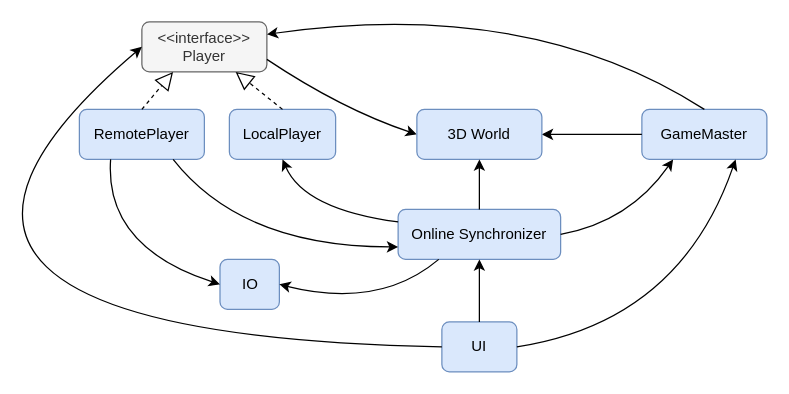
Earlier version of the draw.io diagram docs/service_architecture.drawio (joonashalinen/bloxu). Source tidied: cells renumbered, new cells numbered last; positions are measured from the earlier drawing's top-left corner, leaving out a move shared by most shapes. Both pictures are drawn from the tidied source at 125%, with x=0, y=0 at pixel (-196, -4).
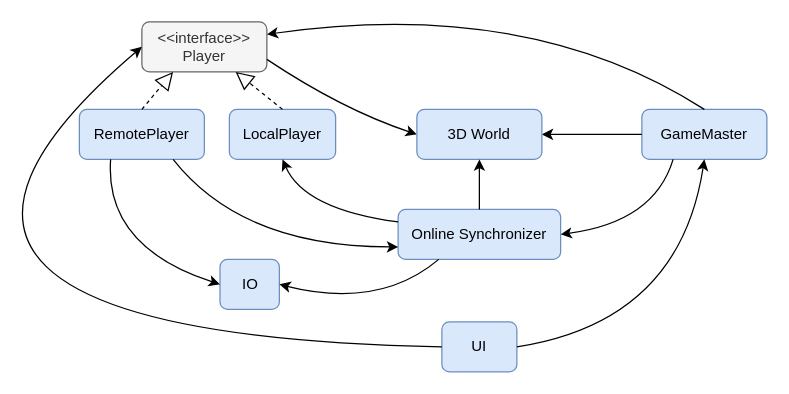
After the change.

The change refers to these unchanged cells:
```xml
<mxCell id="2" value="UI" style="rounded=1;whiteSpace=wrap;html=1;fillColor=#dae8fc;strokeColor=#6c8ebf;" parent="1" vertex="1">
  <mxGeometry x="510" y="260" width="60" height="40" as="geometry" />
</mxCell>
<mxCell id="4" value="GameMaster" style="rounded=1;whiteSpace=wrap;html=1;fillColor=#dae8fc;strokeColor=#6c8ebf;" parent="1" vertex="1">
  <mxGeometry x="670" y="90" width="100" height="40" as="geometry" />
</mxCell>
<mxCell id="9" value="Online Synchronizer" style="rounded=1;whiteSpace=wrap;html=1;fillColor=#dae8fc;strokeColor=#6c8ebf;" parent="1" vertex="1">
  <mxGeometry x="475" y="170" width="130" height="40" as="geometry" />
</mxCell>
```

The edit, as a diff of the source:
```diff
@@
-    <mxCell id="15" style="endArrow=classic;html=1;exitX=1;exitY=0.5;exitDx=0;exitDy=0;entryX=0.75;entryY=1;entryDx=0;entryDy=0;curved=1;" parent="1" edge="1" source="2" target="4">
+    <mxCell id="15" style="endArrow=classic;html=1;exitX=1;exitY=0.5;exitDx=0;exitDy=0;entryX=0.5;entryY=1;entryDx=0;entryDy=0;curved=1;" parent="1" edge="1" source="2" target="4">
       <mxGeometry relative="1" as="geometry">
         <Array as="points">
           <mxPoint x="700" y="260" />
         </Array>
       </mxGeometry>
     </mxCell>
@@
-    <mxCell id="22" style="endArrow=classic;html=1;entryX=0.25;entryY=1;entryDx=0;entryDy=0;exitX=1;exitY=0.5;exitDx=0;exitDy=0;curved=1;" parent="1" edge="1" source="9" target="4">
-      <mxGeometry relative="1" as="geometry">
-        <Array as="points">
-          <mxPoint x="660" y="180" />
-        </Array>
-      </mxGeometry>
-    </mxCell>
-    <mxCell id="23" style="endArrow=classic;html=1;exitX=0.5;exitY=0;exitDx=0;exitDy=0;entryX=0.5;entryY=1;entryDx=0;entryDy=0;curved=1;" parent="1" edge="1" source="2" target="9">
-      <mxGeometry relative="1" as="geometry" />
-    </mxCell>
+    <mxCell id="24" style="endArrow=classic;html=1;exitX=0.25;exitY=1;exitDx=0;exitDy=0;entryX=1;entryY=0.5;entryDx=0;entryDy=0;curved=1;" parent="1" edge="1" source="4" target="9">
+      <mxGeometry relative="1" as="geometry">
+        <Array as="points">
+          <mxPoint x="680" y="180" />
+        </Array>
+      </mxGeometry>
+    </mxCell>
```
